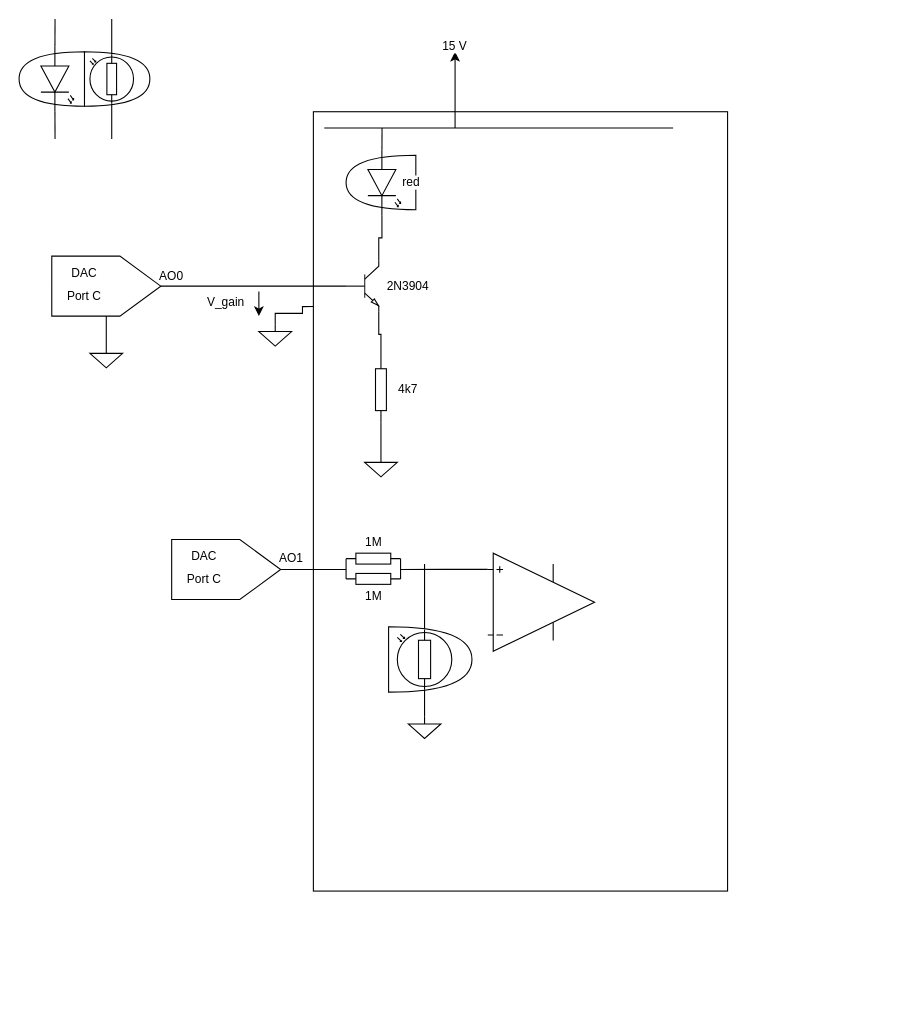
Above: Programmable Gain Amplifier.drawio in MoeezM37/myProjects (draw.io), before the change. Source tidied: cells renumbered, new cells numbered last; positions are measured from the earlier drawing's top-left corner, leaving out a move shared by most shapes. Both pictures are drawn from the tidied source at 109%, with x=0, y=0 at pixel (19, 19).
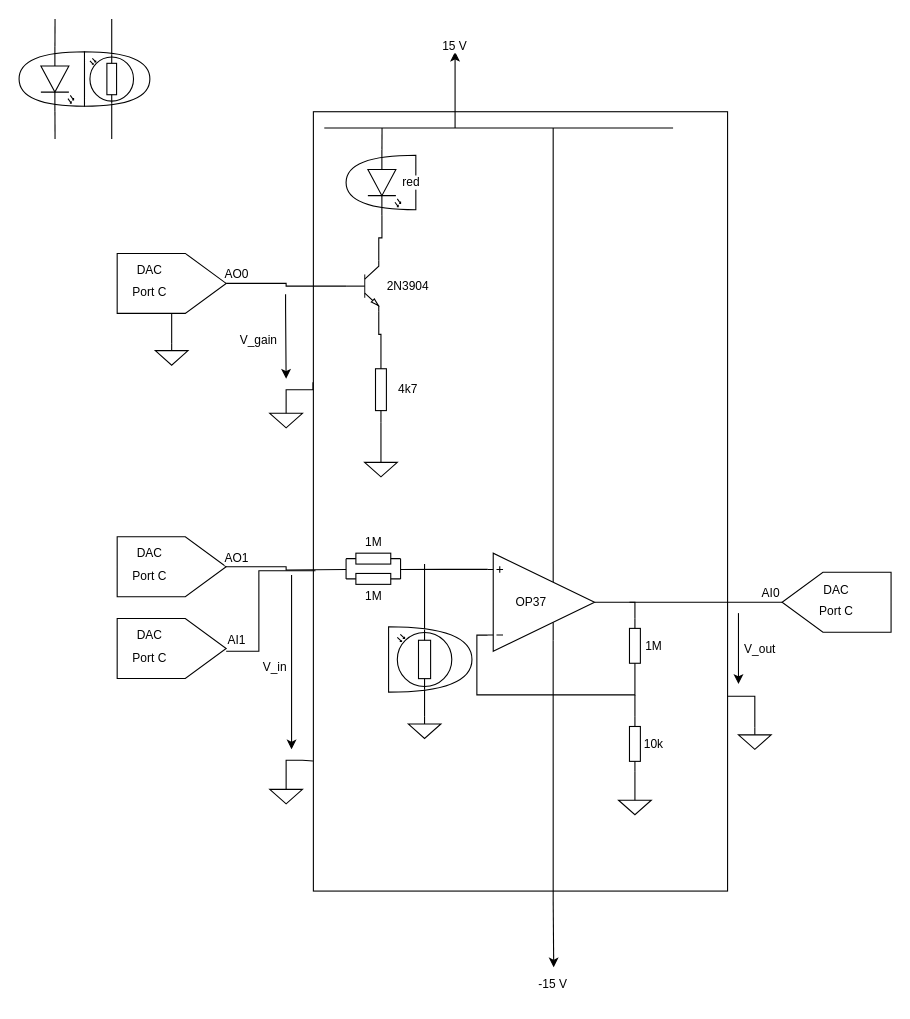
The same page after the edit.

The change refers to these unchanged cells:
```xml
<mxCell id="2" style="rounded=0;whiteSpace=wrap;html=1;fontFamily=Helvetica;fontSize=11;fontColor=default;labelBackgroundColor=default;" parent="1" vertex="1">
  <mxGeometry x="270" y="85" width="380" height="715" as="geometry" />
</mxCell>
<mxCell id="7" style="verticalLabelPosition=bottom;shadow=0;dashed=0;align=center;html=1;verticalAlign=top;shape=mxgraph.electrical.transistors.npn_transistor_5;" parent="1" vertex="1">
  <mxGeometry x="300" y="215" width="30" height="60" as="geometry" />
</mxCell>
<mxCell id="35" style="verticalLabelPosition=bottom;shadow=0;dashed=0;align=center;html=1;verticalAlign=top;shape=mxgraph.electrical.abstract.operational_amp_1;fontFamily=Helvetica;fontSize=11;fontColor=default;labelBackgroundColor=default;direction=west;flipH=1;" parent="1" vertex="1">
  <mxGeometry x="430" y="490" width="98" height="90" as="geometry" />
</mxCell>
```

What changed in the source:
```diff
@@
-    <mxCell id="6" style="edgeStyle=orthogonalEdgeStyle;shape=connector;rounded=0;jettySize=auto;html=1;exitX=0;exitY=0.5;exitDx=0;exitDy=0;exitPerimeter=0;entryX=0.5;entryY=1;entryDx=0;entryDy=0;strokeColor=default;align=center;verticalAlign=middle;fontFamily=Helvetica;fontSize=11;fontColor=default;labelBackgroundColor=default;startFill=0;endArrow=none;" parent="1" edge="1" source="7" target="24">
+    <mxCell id="6" style="edgeStyle=orthogonalEdgeStyle;shape=connector;rounded=0;jettySize=auto;html=1;exitX=0;exitY=0.5;exitDx=0;exitDy=0;exitPerimeter=0;strokeColor=default;align=center;verticalAlign=middle;fontFamily=Helvetica;fontSize=11;fontColor=default;labelBackgroundColor=default;startFill=0;endArrow=none;" parent="1" edge="1" source="7" target="24">
       <mxGeometry relative="1" as="geometry" />
     </mxCell>
@@
     <mxCell id="24" style="shape=offPageConnector;whiteSpace=wrap;html=1;fontFamily=Helvetica;fontSize=11;fontColor=default;labelBackgroundColor=default;direction=north;" parent="1" vertex="1">
-      <mxGeometry x="30" y="217.5" width="100" height="55" as="geometry" />
+      <mxGeometry x="90" y="215" width="100" height="55" as="geometry" />
     </mxCell>
     <mxCell id="25" value="DAC" style="text;html=1;align=center;verticalAlign=middle;whiteSpace=wrap;rounded=0;fontFamily=Helvetica;fontSize=11;fontColor=default;labelBackgroundColor=default;" parent="1" vertex="1">
-      <mxGeometry x="30" y="217.5" width="60" height="30" as="geometry" />
+      <mxGeometry x="90" y="215" width="60" height="30" as="geometry" />
     </mxCell>
     <mxCell id="26" value="Port C" style="text;html=1;align=center;verticalAlign=middle;whiteSpace=wrap;rounded=0;fontFamily=Helvetica;fontSize=11;fontColor=default;labelBackgroundColor=default;" parent="1" vertex="1">
-      <mxGeometry x="30" y="238.6" width="60" height="30" as="geometry" />
+      <mxGeometry x="90" y="236.1" width="60" height="30" as="geometry" />
     </mxCell>
     <mxCell id="27" value="AO0" style="text;html=1;align=center;verticalAlign=middle;whiteSpace=wrap;rounded=0;fontFamily=Helvetica;fontSize=11;fontColor=default;labelBackgroundColor=default;" parent="1" vertex="1">
-      <mxGeometry x="110" y="221.4" width="60" height="30" as="geometry" />
+      <mxGeometry x="170" y="218.9" width="60" height="30" as="geometry" />
     </mxCell>
@@
     <mxCell id="29" style="verticalLabelPosition=bottom;shadow=0;dashed=0;align=center;html=1;verticalAlign=top;shape=mxgraph.electrical.signal_sources.signal_ground;" parent="1" vertex="1">
-      <mxGeometry x="65" y="300" width="30" height="20" as="geometry" />
+      <mxGeometry x="125" y="297.5" width="30" height="20" as="geometry" />
     </mxCell>
-    <mxCell id="30" style="edgeStyle=orthogonalEdgeStyle;shape=connector;rounded=0;jettySize=auto;html=1;exitX=0.5;exitY=0;exitDx=0;exitDy=0;exitPerimeter=0;entryX=0;entryY=0.25;entryDx=0;entryDy=0;strokeColor=default;align=center;verticalAlign=middle;fontFamily=Helvetica;fontSize=11;fontColor=default;labelBackgroundColor=default;startFill=0;endArrow=none;" parent="1" edge="1" source="31" target="2">
-      <mxGeometry relative="1" as="geometry">
-        <Array as="points">
-          <mxPoint x="235" y="270" />
-          <mxPoint x="260" y="270" />
-        </Array>
-      </mxGeometry>
-    </mxCell>
     <mxCell id="31" style="verticalLabelPosition=bottom;shadow=0;dashed=0;align=center;html=1;verticalAlign=top;shape=mxgraph.electrical.signal_sources.signal_ground;" parent="1" vertex="1">
-      <mxGeometry x="220" y="280" width="30" height="20" as="geometry" />
+      <mxGeometry x="230" y="355" width="30" height="20" as="geometry" />
     </mxCell>
     <mxCell id="32" style="endArrow=classic;html=1;rounded=0;" parent="1" edge="1">
       <mxGeometry relative="1" as="geometry">
-        <mxPoint x="220" y="250" as="sourcePoint" />
-        <mxPoint x="220" y="272.5" as="targetPoint" />
+        <mxPoint x="244.5" y="252.5" as="sourcePoint" />
+        <mxPoint x="245" y="330" as="targetPoint" />
         <Array as="points">
-          <mxPoint x="220" y="262.5" />
+          <mxPoint x="244.5" y="265" />
         </Array>
       </mxGeometry>
     </mxCell>
     <mxCell id="33" value="V_gain" style="text;html=1;align=center;verticalAlign=middle;whiteSpace=wrap;rounded=0;fontFamily=Helvetica;fontSize=11;fontColor=default;labelBackgroundColor=default;" parent="1" vertex="1">
-      <mxGeometry x="160" y="245" width="60" height="30" as="geometry" />
+      <mxGeometry x="190" y="280" width="60" height="30" as="geometry" />
     </mxCell>
@@
+    <mxCell id="55" style="edgeStyle=orthogonalEdgeStyle;shape=connector;rounded=0;jettySize=auto;html=1;exitX=0.612;exitY=0.11;exitDx=0;exitDy=0;exitPerimeter=0;strokeColor=default;align=center;verticalAlign=middle;fontFamily=Helvetica;fontSize=11;fontColor=default;labelBackgroundColor=default;startFill=0;endArrow=none;" parent="1" edge="1" source="35">
+      <mxGeometry relative="1" as="geometry">
+        <mxPoint x="490" y="810" as="targetPoint" />
+      </mxGeometry>
+    </mxCell>
+    <mxCell id="56" style="edgeStyle=orthogonalEdgeStyle;shape=connector;rounded=0;jettySize=auto;html=1;exitX=0.612;exitY=0.89;exitDx=0;exitDy=0;exitPerimeter=0;strokeColor=default;align=center;verticalAlign=middle;fontFamily=Helvetica;fontSize=11;fontColor=default;labelBackgroundColor=default;startFill=0;endArrow=none;" parent="1" edge="1" source="35">
+      <mxGeometry relative="1" as="geometry">
+        <mxPoint x="490" y="100" as="targetPoint" />
+      </mxGeometry>
+    </mxCell>
@@
     <mxCell id="38" style="shape=offPageConnector;whiteSpace=wrap;html=1;fontFamily=Helvetica;fontSize=11;fontColor=default;labelBackgroundColor=default;direction=north;" parent="1" vertex="1">
-      <mxGeometry x="140" y="477.5" width="100" height="55" as="geometry" />
+      <mxGeometry x="90" y="475" width="100" height="55" as="geometry" />
     </mxCell>
     <mxCell id="39" value="DAC" style="text;html=1;align=center;verticalAlign=middle;whiteSpace=wrap;rounded=0;fontFamily=Helvetica;fontSize=11;fontColor=default;labelBackgroundColor=default;" parent="1" vertex="1">
-      <mxGeometry x="140" y="477.5" width="60" height="30" as="geometry" />
+      <mxGeometry x="90" y="475" width="60" height="30" as="geometry" />
     </mxCell>
     <mxCell id="40" value="Port C" style="text;html=1;align=center;verticalAlign=middle;whiteSpace=wrap;rounded=0;fontFamily=Helvetica;fontSize=11;fontColor=default;labelBackgroundColor=default;" parent="1" vertex="1">
-      <mxGeometry x="140" y="498.6" width="60" height="30" as="geometry" />
+      <mxGeometry x="90" y="496.1" width="60" height="30" as="geometry" />
     </mxCell>
@@
     <mxCell id="54" value="AO1" style="text;html=1;align=center;verticalAlign=middle;whiteSpace=wrap;rounded=0;fontFamily=Helvetica;fontSize=11;fontColor=default;labelBackgroundColor=default;" parent="1" vertex="1">
-      <mxGeometry x="220" y="480" width="60" height="30" as="geometry" />
+      <mxGeometry x="180" y="485" width="40" height="20" as="geometry" />
     </mxCell>
+    <mxCell id="57" style="verticalLabelPosition=bottom;shadow=0;dashed=0;align=center;html=1;verticalAlign=top;shape=mxgraph.electrical.signal_sources.signal_ground;" parent="1" vertex="1">
+      <mxGeometry x="230" y="700" width="30" height="20" as="geometry" />
+    </mxCell>
+    <mxCell id="58" style="edgeStyle=orthogonalEdgeStyle;shape=connector;rounded=0;jettySize=auto;html=1;exitX=0.5;exitY=0;exitDx=0;exitDy=0;exitPerimeter=0;entryX=-0.001;entryY=0.833;entryDx=0;entryDy=0;entryPerimeter=0;strokeColor=default;align=center;verticalAlign=middle;fontFamily=Helvetica;fontSize=11;fontColor=default;labelBackgroundColor=default;startFill=0;endArrow=none;" parent="1" edge="1" source="57" target="2">
+      <mxGeometry relative="1" as="geometry">
+        <Array as="points">
+          <mxPoint x="245" y="680" />
+          <mxPoint x="260" y="680" />
+        </Array>
+      </mxGeometry>
+    </mxCell>
+    <mxCell id="59" value="V_in" style="text;html=1;align=center;verticalAlign=middle;whiteSpace=wrap;rounded=0;fontFamily=Helvetica;fontSize=11;fontColor=default;labelBackgroundColor=default;" parent="1" vertex="1">
+      <mxGeometry x="205" y="580" width="60" height="30" as="geometry" />
+    </mxCell>
+    <mxCell id="60" style="endArrow=classic;html=1;rounded=0;" parent="1" edge="1">
+      <mxGeometry relative="1" as="geometry">
+        <mxPoint x="250" y="510" as="sourcePoint" />
+        <mxPoint x="250" y="670" as="targetPoint" />
+        <Array as="points">
+          <mxPoint x="250" y="522.5" />
+        </Array>
+      </mxGeometry>
+    </mxCell>
+    <mxCell id="61" style="verticalLabelPosition=bottom;shadow=0;dashed=0;align=center;html=1;verticalAlign=top;shape=mxgraph.electrical.resistors.resistor_1;fontFamily=Helvetica;fontSize=11;fontColor=default;labelBackgroundColor=default;direction=south;" parent="1" vertex="1">
+      <mxGeometry x="560" y="550" width="10" height="50" as="geometry" />
+    </mxCell>
+    <mxCell id="62" style="edgeStyle=orthogonalEdgeStyle;shape=connector;rounded=0;jettySize=auto;html=1;exitX=1;exitY=0.5;exitDx=0;exitDy=0;exitPerimeter=0;entryX=0;entryY=0.5;entryDx=0;entryDy=0;entryPerimeter=0;strokeColor=default;align=center;verticalAlign=middle;fontFamily=Helvetica;fontSize=11;fontColor=default;labelBackgroundColor=default;startFill=0;endArrow=none;" parent="1" edge="1" source="35" target="61">
+      <mxGeometry relative="1" as="geometry" />
+    </mxCell>
+    <mxCell id="63" value="1M" style="text;html=1;align=center;verticalAlign=middle;whiteSpace=wrap;rounded=0;fontFamily=Helvetica;fontSize=11;fontColor=default;labelBackgroundColor=default;" parent="1" vertex="1">
+      <mxGeometry x="570" y="565" width="25" height="20" as="geometry" />
+    </mxCell>
+    <mxCell id="64" value="OP37" style="text;html=1;align=center;verticalAlign=middle;whiteSpace=wrap;rounded=0;fontFamily=Helvetica;fontSize=11;fontColor=default;labelBackgroundColor=default;" parent="1" vertex="1">
+      <mxGeometry x="450" y="525" width="40" height="20" as="geometry" />
+    </mxCell>
+    <mxCell id="65" style="edgeStyle=orthogonalEdgeStyle;shape=connector;rounded=0;jettySize=auto;html=1;exitX=1;exitY=0.5;exitDx=0;exitDy=0;exitPerimeter=0;entryX=0;entryY=0.165;entryDx=0;entryDy=0;entryPerimeter=0;strokeColor=default;align=center;verticalAlign=middle;fontFamily=Helvetica;fontSize=11;fontColor=default;labelBackgroundColor=default;startFill=0;endArrow=none;" parent="1" edge="1" source="61" target="35">
+      <mxGeometry relative="1" as="geometry">
+        <Array as="points">
+          <mxPoint x="565" y="620" />
+          <mxPoint x="420" y="620" />
+          <mxPoint x="420" y="565" />
+        </Array>
+      </mxGeometry>
+    </mxCell>
+    <mxCell id="66" style="edgeStyle=orthogonalEdgeStyle;shape=connector;rounded=0;jettySize=auto;html=1;exitX=0;exitY=0.5;exitDx=0;exitDy=0;exitPerimeter=0;strokeColor=default;align=center;verticalAlign=middle;fontFamily=Helvetica;fontSize=11;fontColor=default;labelBackgroundColor=default;startFill=0;endArrow=none;" parent="1" edge="1" source="67">
+      <mxGeometry relative="1" as="geometry">
+        <mxPoint x="565" y="620" as="targetPoint" />
+      </mxGeometry>
+    </mxCell>
+    <mxCell id="67" style="verticalLabelPosition=bottom;shadow=0;dashed=0;align=center;html=1;verticalAlign=top;shape=mxgraph.electrical.resistors.resistor_1;fontFamily=Helvetica;fontSize=11;fontColor=default;labelBackgroundColor=default;direction=south;" parent="1" vertex="1">
+      <mxGeometry x="560" y="640" width="10" height="50" as="geometry" />
+    </mxCell>
+    <mxCell id="68" style="verticalLabelPosition=bottom;shadow=0;dashed=0;align=center;html=1;verticalAlign=top;shape=mxgraph.electrical.signal_sources.signal_ground;" parent="1" vertex="1">
+      <mxGeometry x="550" y="710" width="30" height="20" as="geometry" />
+    </mxCell>
+    <mxCell id="69" style="edgeStyle=orthogonalEdgeStyle;shape=connector;rounded=0;jettySize=auto;html=1;exitX=1;exitY=0.5;exitDx=0;exitDy=0;exitPerimeter=0;entryX=0.5;entryY=0;entryDx=0;entryDy=0;entryPerimeter=0;strokeColor=default;align=center;verticalAlign=middle;fontFamily=Helvetica;fontSize=11;fontColor=default;labelBackgroundColor=default;startFill=0;endArrow=none;" parent="1" edge="1" source="67" target="68">
+      <mxGeometry relative="1" as="geometry" />
+    </mxCell>
+    <mxCell id="70" value="10k" style="text;html=1;align=center;verticalAlign=middle;whiteSpace=wrap;rounded=0;fontFamily=Helvetica;fontSize=11;fontColor=default;labelBackgroundColor=default;" parent="1" vertex="1">
+      <mxGeometry x="570" y="655" width="25" height="20" as="geometry" />
+    </mxCell>
+    <mxCell id="71" style="endArrow=classic;html=1;rounded=0;" parent="1" edge="1">
+      <mxGeometry relative="1" as="geometry">
+        <mxPoint x="490" y="810" as="sourcePoint" />
+        <mxPoint x="490.5" y="870" as="targetPoint" />
+      </mxGeometry>
+    </mxCell>
+    <mxCell id="72" value="-15 V" style="text;html=1;align=center;verticalAlign=middle;whiteSpace=wrap;rounded=0;fontFamily=Helvetica;fontSize=11;fontColor=default;labelBackgroundColor=default;" parent="1" vertex="1">
+      <mxGeometry x="460" y="870" width="60" height="30" as="geometry" />
+    </mxCell>
+    <mxCell id="73" style="edgeStyle=orthogonalEdgeStyle;shape=connector;rounded=0;jettySize=auto;html=1;exitX=0.5;exitY=1;exitDx=0;exitDy=0;strokeColor=default;align=center;verticalAlign=middle;fontFamily=Helvetica;fontSize=11;fontColor=default;labelBackgroundColor=default;startFill=0;endArrow=none;" parent="1" edge="1" source="74">
+      <mxGeometry relative="1" as="geometry">
+        <mxPoint x="560" y="535" as="targetPoint" />
+      </mxGeometry>
+    </mxCell>
+    <mxCell id="74" style="shape=offPageConnector;whiteSpace=wrap;html=1;fontFamily=Helvetica;fontSize=11;fontColor=default;labelBackgroundColor=default;direction=south;" parent="1" vertex="1">
+      <mxGeometry x="700" y="507.5" width="100" height="55" as="geometry" />
+    </mxCell>
+    <mxCell id="75" value="DAC" style="text;html=1;align=center;verticalAlign=middle;whiteSpace=wrap;rounded=0;fontFamily=Helvetica;fontSize=11;fontColor=default;labelBackgroundColor=default;" parent="1" vertex="1">
+      <mxGeometry x="720" y="507.5" width="60" height="32.5" as="geometry" />
+    </mxCell>
+    <mxCell id="76" value="Port C" style="text;html=1;align=center;verticalAlign=middle;whiteSpace=wrap;rounded=0;fontFamily=Helvetica;fontSize=11;fontColor=default;labelBackgroundColor=default;" parent="1" vertex="1">
+      <mxGeometry x="720" y="527.5" width="60" height="30" as="geometry" />
+    </mxCell>
+    <mxCell id="77" value="AI0" style="text;html=1;align=center;verticalAlign=middle;whiteSpace=wrap;rounded=0;fontFamily=Helvetica;fontSize=11;fontColor=default;labelBackgroundColor=default;" parent="1" vertex="1">
+      <mxGeometry x="670" y="516.1" width="40" height="22.5" as="geometry" />
+    </mxCell>
+    <mxCell id="78" style="edgeStyle=orthogonalEdgeStyle;shape=connector;rounded=0;jettySize=auto;html=1;exitX=0.5;exitY=0;exitDx=0;exitDy=0;exitPerimeter=0;entryX=1;entryY=0.75;entryDx=0;entryDy=0;strokeColor=default;align=center;verticalAlign=middle;fontFamily=Helvetica;fontSize=11;fontColor=default;labelBackgroundColor=default;startFill=0;endArrow=none;" parent="1" edge="1" source="79" target="2">
+      <mxGeometry relative="1" as="geometry">
+        <Array as="points">
+          <mxPoint x="675" y="621" />
+        </Array>
+      </mxGeometry>
+    </mxCell>
+    <mxCell id="79" style="verticalLabelPosition=bottom;shadow=0;dashed=0;align=center;html=1;verticalAlign=top;shape=mxgraph.electrical.signal_sources.signal_ground;" parent="1" vertex="1">
+      <mxGeometry x="660" y="650" width="30" height="20" as="geometry" />
+    </mxCell>
+    <mxCell id="80" style="endArrow=classic;html=1;rounded=0;" parent="1" edge="1">
+      <mxGeometry relative="1" as="geometry">
+        <mxPoint x="660" y="545" as="sourcePoint" />
+        <mxPoint x="660" y="610" as="targetPoint" />
+        <Array as="points">
+          <mxPoint x="660" y="557.5" />
+        </Array>
+      </mxGeometry>
+    </mxCell>
+    <mxCell id="81" value="V_out" style="text;html=1;align=center;verticalAlign=middle;whiteSpace=wrap;rounded=0;fontFamily=Helvetica;fontSize=11;fontColor=default;labelBackgroundColor=default;" parent="1" vertex="1">
+      <mxGeometry x="650" y="562.5" width="60" height="30" as="geometry" />
+    </mxCell>
+    <mxCell id="30" style="edgeStyle=orthogonalEdgeStyle;shape=connector;rounded=0;jettySize=auto;html=1;exitX=0.5;exitY=0;exitDx=0;exitDy=0;exitPerimeter=0;entryX=-0.001;entryY=0.347;entryDx=0;entryDy=0;entryPerimeter=0;strokeColor=default;align=center;verticalAlign=middle;fontFamily=Helvetica;fontSize=11;fontColor=default;labelBackgroundColor=default;startFill=0;endArrow=none;" parent="1" edge="1" source="31" target="2">
+      <mxGeometry relative="1" as="geometry">
+        <Array as="points">
+          <mxPoint x="245" y="340" />
+          <mxPoint x="270" y="340" />
+        </Array>
+      </mxGeometry>
+    </mxCell>
+    <mxCell id="82" style="shape=offPageConnector;whiteSpace=wrap;html=1;fontFamily=Helvetica;fontSize=11;fontColor=default;labelBackgroundColor=default;direction=north;" parent="1" vertex="1">
+      <mxGeometry x="90" y="550" width="100" height="55" as="geometry" />
+    </mxCell>
+    <mxCell id="83" value="DAC" style="text;html=1;align=center;verticalAlign=middle;whiteSpace=wrap;rounded=0;fontFamily=Helvetica;fontSize=11;fontColor=default;labelBackgroundColor=default;" parent="1" vertex="1">
+      <mxGeometry x="90" y="550" width="60" height="30" as="geometry" />
+    </mxCell>
+    <mxCell id="84" value="Port C" style="text;html=1;align=center;verticalAlign=middle;whiteSpace=wrap;rounded=0;fontFamily=Helvetica;fontSize=11;fontColor=default;labelBackgroundColor=default;" parent="1" vertex="1">
+      <mxGeometry x="90" y="571.1" width="60" height="30" as="geometry" />
+    </mxCell>
+    <mxCell id="85" value="AI1" style="text;html=1;align=center;verticalAlign=middle;whiteSpace=wrap;rounded=0;fontFamily=Helvetica;fontSize=11;fontColor=default;labelBackgroundColor=default;" parent="1" vertex="1">
+      <mxGeometry x="180" y="560" width="40" height="20" as="geometry" />
+    </mxCell>
+    <mxCell id="86" style="edgeStyle=orthogonalEdgeStyle;rounded=0;jettySize=auto;html=1;exitX=0.25;exitY=1;exitDx=0;exitDy=0;entryX=0.005;entryY=0.589;entryDx=0;entryDy=0;entryPerimeter=0;endArrow=none;startFill=0;" parent="1" edge="1" source="85" target="2">
+      <mxGeometry relative="1" as="geometry">
+        <Array as="points">
+          <mxPoint x="220" y="580" />
+          <mxPoint x="220" y="506" />
+        </Array>
+      </mxGeometry>
+    </mxCell>
```
